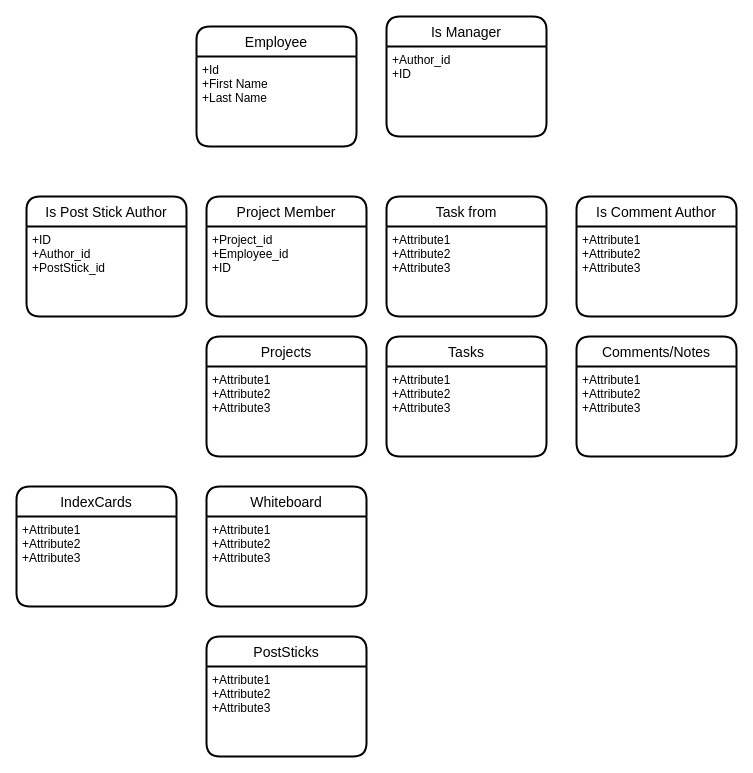
The draw.io diagram ERModel.drawio in ChessPR/BrdPL, before the edit. Source tidied: cells renumbered, new cells numbered last; positions are measured from the earlier drawing's top-left corner, leaving out a move shared by most shapes. Both pictures are drawn from the tidied source at 100%, with x=0, y=0 at pixel (16, 16).
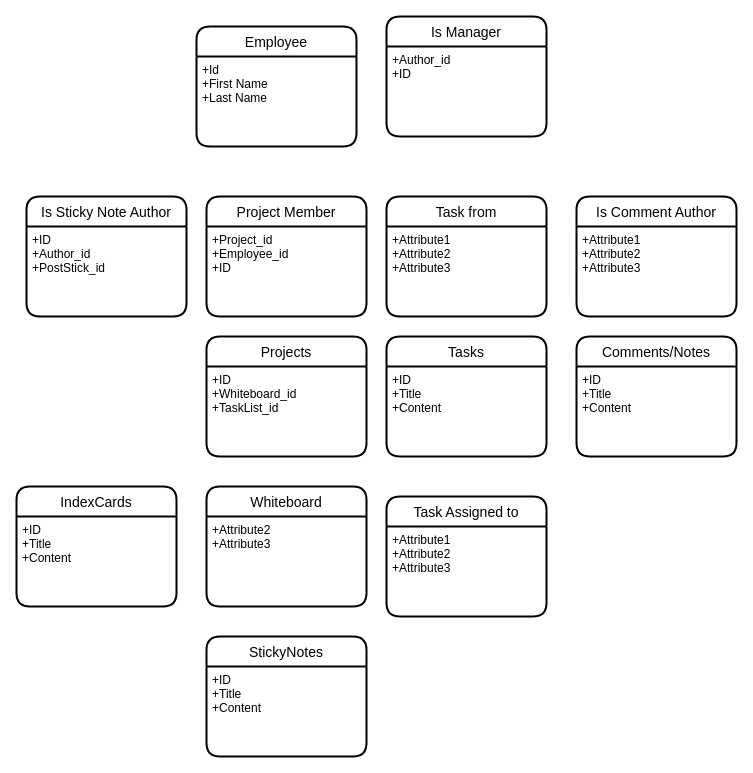
The same page after the edit.

The change refers to these unchanged cells:
```xml
<mxCell id="2" value="Projects" style="swimlane;horizontal=1;startSize=30;rounded=1;fontSize=14;fontStyle=0;strokeWidth=2;shadow=0;dashed=0;align=center;" parent="1" vertex="1">
  <mxGeometry x="190" y="320" width="160" height="120" as="geometry" />
</mxCell>
<mxCell id="4" value="Whiteboard" style="swimlane;horizontal=1;startSize=30;rounded=1;fontSize=14;fontStyle=0;strokeWidth=2;shadow=0;dashed=0;align=center;" parent="1" vertex="1">
  <mxGeometry x="190" y="470" width="160" height="120" as="geometry" />
</mxCell>
<mxCell id="8" value="IndexCards" style="swimlane;horizontal=1;startSize=30;rounded=1;fontSize=14;fontStyle=0;strokeWidth=2;shadow=0;dashed=0;align=center;" parent="1" vertex="1">
  <mxGeometry y="470" width="160" height="120" as="geometry" />
</mxCell>
<mxCell id="14" value="Tasks" style="swimlane;horizontal=1;startSize=30;rounded=1;fontSize=14;fontStyle=0;strokeWidth=2;shadow=0;dashed=0;align=center;" parent="1" vertex="1">
  <mxGeometry x="370" y="320" width="160" height="120" as="geometry" />
</mxCell>
<mxCell id="16" value="Comments/Notes" style="swimlane;horizontal=1;startSize=30;rounded=1;fontSize=14;fontStyle=0;strokeWidth=2;shadow=0;dashed=0;align=center;" parent="1" vertex="1">
  <mxGeometry x="560" y="320" width="160" height="120" as="geometry" />
</mxCell>
```

Change to the diagram source:
```diff
@@
-    <mxCell id="3" value="+Attribute1&#10;+Attribute2&#10;+Attribute3" style="align=left;strokeColor=none;fillColor=none;spacingLeft=4;fontSize=12;verticalAlign=top;" parent="2" vertex="1">
+    <mxCell id="3" value="+ID&#10;+Whiteboard_id&#10;+TaskList_id" style="align=left;strokeColor=none;fillColor=none;spacingLeft=4;fontSize=12;verticalAlign=top;" parent="2" vertex="1">
       <mxGeometry y="30" width="160" height="90" as="geometry" />
     </mxCell>
@@
-    <mxCell id="5" value="+Attribute1&#10;+Attribute2&#10;+Attribute3" style="align=left;strokeColor=none;fillColor=none;spacingLeft=4;fontSize=12;verticalAlign=top;" parent="4" vertex="1">
+    <mxCell id="5" value="+Attribute2&#10;+Attribute3" style="align=left;strokeColor=none;fillColor=none;spacingLeft=4;fontSize=12;verticalAlign=top;" parent="4" vertex="1">
       <mxGeometry y="30" width="160" height="90" as="geometry" />
     </mxCell>
-    <mxCell id="6" value="PostSticks" style="swimlane;horizontal=1;startSize=30;rounded=1;fontSize=14;fontStyle=0;strokeWidth=2;shadow=0;dashed=0;align=center;" parent="1" vertex="1">
+    <mxCell id="6" value="StickyNotes" style="swimlane;horizontal=1;startSize=30;rounded=1;fontSize=14;fontStyle=0;strokeWidth=2;shadow=0;dashed=0;align=center;" parent="1" vertex="1">
       <mxGeometry x="190" y="620" width="160" height="120" as="geometry" />
     </mxCell>
-    <mxCell id="7" value="+Attribute1&#10;+Attribute2&#10;+Attribute3" style="align=left;strokeColor=none;fillColor=none;spacingLeft=4;fontSize=12;verticalAlign=top;" parent="6" vertex="1">
+    <mxCell id="7" value="+ID&#10;+Title&#10;+Content" style="align=left;strokeColor=none;fillColor=none;spacingLeft=4;fontSize=12;verticalAlign=top;" parent="6" vertex="1">
       <mxGeometry y="30" width="160" height="90" as="geometry" />
     </mxCell>
@@
-    <mxCell id="9" value="+Attribute1&#10;+Attribute2&#10;+Attribute3" style="align=left;strokeColor=none;fillColor=none;spacingLeft=4;fontSize=12;verticalAlign=top;" parent="8" vertex="1">
+    <mxCell id="9" value="+ID&#10;+Title&#10;+Content" style="align=left;strokeColor=none;fillColor=none;spacingLeft=4;fontSize=12;verticalAlign=top;" parent="8" vertex="1">
       <mxGeometry y="30" width="160" height="90" as="geometry" />
     </mxCell>
@@
-    <mxCell id="15" value="+Attribute1&#10;+Attribute2&#10;+Attribute3" style="align=left;strokeColor=none;fillColor=none;spacingLeft=4;fontSize=12;verticalAlign=top;" parent="14" vertex="1">
+    <mxCell id="15" value="+ID&#10;+Title&#10;+Content" style="align=left;strokeColor=none;fillColor=none;spacingLeft=4;fontSize=12;verticalAlign=top;" parent="14" vertex="1">
       <mxGeometry y="30" width="160" height="90" as="geometry" />
     </mxCell>
@@
-    <mxCell id="17" value="+Attribute1&#10;+Attribute2&#10;+Attribute3" style="align=left;strokeColor=none;fillColor=none;spacingLeft=4;fontSize=12;verticalAlign=top;" parent="16" vertex="1">
+    <mxCell id="17" value="+ID&#10;+Title&#10;+Content&#10;" style="align=left;strokeColor=none;fillColor=none;spacingLeft=4;fontSize=12;verticalAlign=top;" parent="16" vertex="1">
       <mxGeometry y="30" width="160" height="90" as="geometry" />
     </mxCell>
@@
-    <mxCell id="22" value="Is Post Stick Author" style="swimlane;horizontal=1;startSize=30;rounded=1;fontSize=14;fontStyle=0;strokeWidth=2;shadow=0;dashed=0;align=center;" parent="1" vertex="1">
+    <mxCell id="22" value="Is Sticky Note Author" style="swimlane;horizontal=1;startSize=30;rounded=1;fontSize=14;fontStyle=0;strokeWidth=2;shadow=0;dashed=0;align=center;" parent="1" vertex="1">
       <mxGeometry x="10" y="180" width="160" height="120" as="geometry" />
     </mxCell>
@@
+    <mxCell id="26" value="Task Assigned to" style="swimlane;horizontal=1;startSize=30;rounded=1;fontSize=14;fontStyle=0;strokeWidth=2;shadow=0;dashed=0;align=center;" parent="1" vertex="1">
+      <mxGeometry x="370" y="480" width="160" height="120" as="geometry" />
+    </mxCell>
+    <mxCell id="27" value="+Attribute1&#10;+Attribute2&#10;+Attribute3" style="align=left;strokeColor=none;fillColor=none;spacingLeft=4;fontSize=12;verticalAlign=top;" parent="26" vertex="1">
+      <mxGeometry y="30" width="160" height="90" as="geometry" />
+    </mxCell>
```
